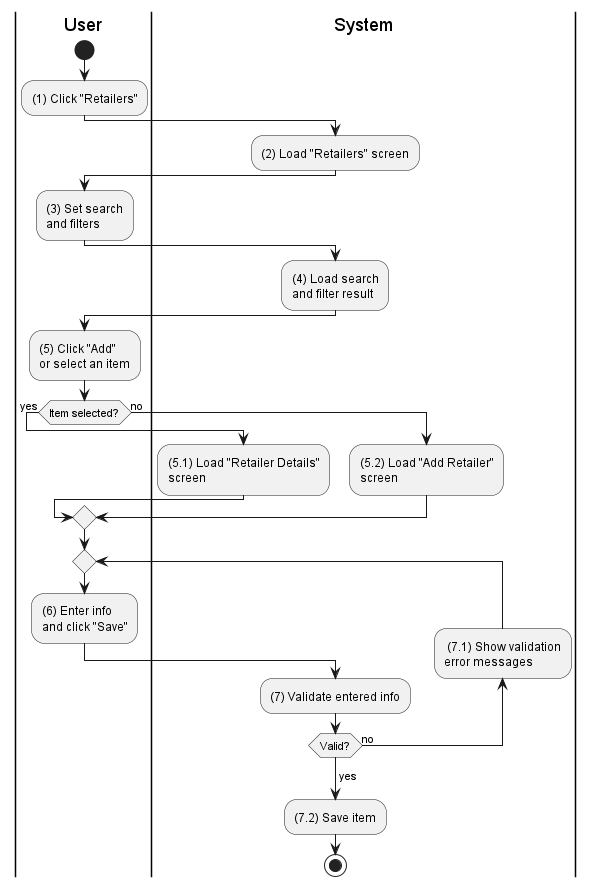
This is activities/retailer-manage.png from phihungha/scmss-reqs, a PlantUML export, as it was before one commit.
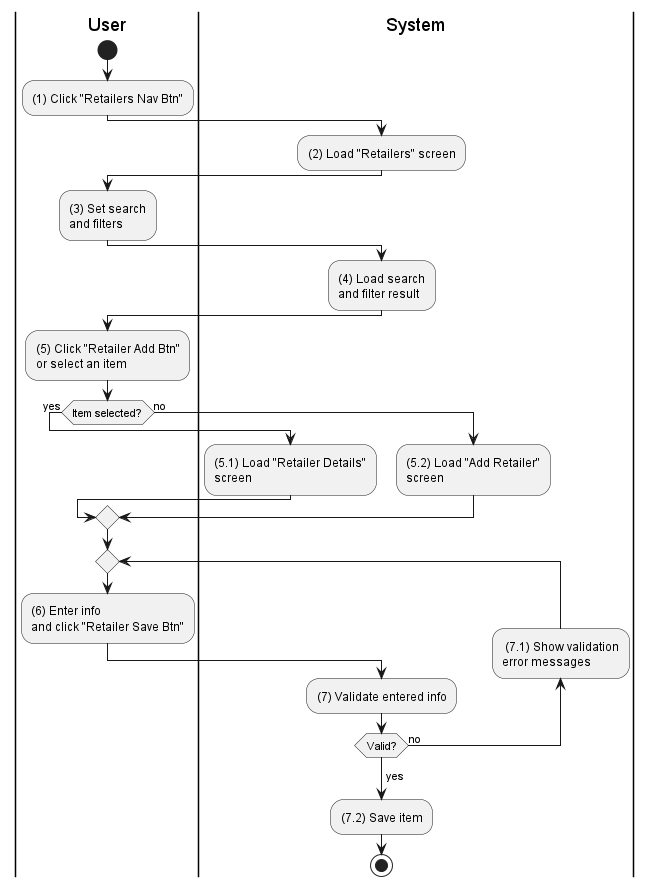
After the change.

Diff of the diagram source:
```diff
@@ -4,7 +4,7 @@
 
 |u|
 start
-:(1) Click "Retailers";
+:(1) Click "Retailers Nav Btn";
 
 |s|
 :(2) Load "Retailers" screen;
@@ -16,7 +16,7 @@
 :(4) Load search\nand filter result;
 
 |u|
-:(5) Click "Add"\nor select an item;
+:(5) Click "Retailer Add Btn"\nor select an item;
 
 if (Item selected?) then (yes)
 |s|
@@ -27,7 +27,7 @@
 
 |u|
 repeat
-    :(6) Enter info\nand click "Save";
+    :(6) Enter info\nand click "Retailer Save Btn";
 
     |s|
     :(7) Validate entered info;
```
